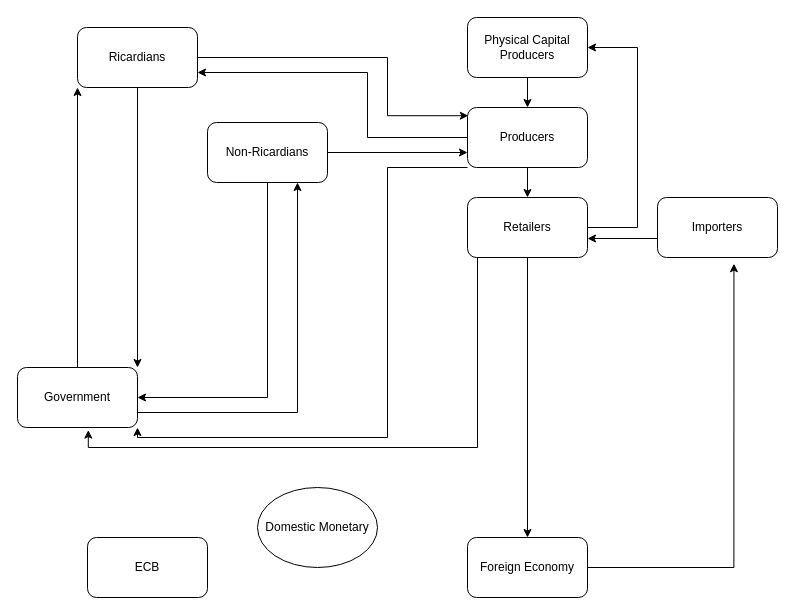
The draw.io diagram ogre/zakladna_schema.drawio in zuzancek/schemes, before the edit. Source tidied: cells renumbered, new cells numbered last; positions are measured from the earlier drawing's top-left corner, leaving out a move shared by most shapes. Both pictures are drawn from the tidied source at 100%, with x=0, y=0 at pixel (17, 17).
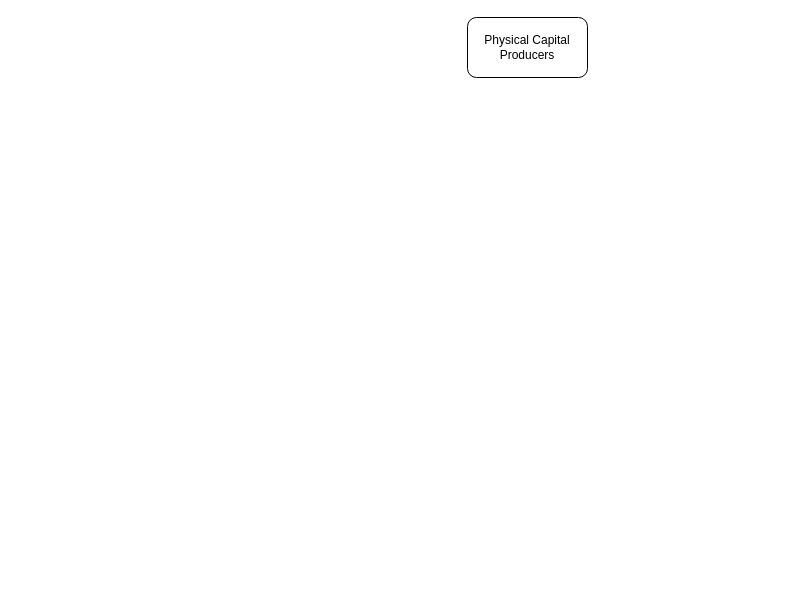
The same page after the edit.

The change refers to these unchanged cells:
```xml
<mxCell id="3" value="Physical Capital Producers" style="rounded=1;whiteSpace=wrap;html=1;" parent="1" vertex="1">
  <mxGeometry x="450" width="120" height="60" as="geometry" />
</mxCell>
```

What changed in the source:
```diff
@@
-    <mxCell id="2" style="edgeStyle=orthogonalEdgeStyle;rounded=0;jettySize=auto;html=1;" parent="1" edge="1" source="3" target="13">
-      <mxGeometry relative="1" as="geometry" />
-    </mxCell>
@@
-    <mxCell id="4" style="edgeStyle=orthogonalEdgeStyle;rounded=0;jettySize=auto;html=1;entryX=0.007;entryY=0.137;entryDx=0;entryDy=0;entryPerimeter=0;" parent="1" edge="1" source="6" target="13">
-      <mxGeometry relative="1" as="geometry">
-        <Array as="points">
-          <mxPoint x="370" y="40" />
-          <mxPoint x="370" y="98" />
-        </Array>
-      </mxGeometry>
-    </mxCell>
-    <mxCell id="5" style="edgeStyle=orthogonalEdgeStyle;rounded=0;jettySize=auto;html=1;entryX=1;entryY=0;entryDx=0;entryDy=0;" parent="1" edge="1" source="6" target="25">
-      <mxGeometry relative="1" as="geometry" />
-    </mxCell>
-    <mxCell id="6" value="Ricardians" style="rounded=1;whiteSpace=wrap;html=1;" parent="1" vertex="1">
-      <mxGeometry x="60" y="10" width="120" height="60" as="geometry" />
-    </mxCell>
-    <mxCell id="7" style="edgeStyle=orthogonalEdgeStyle;rounded=0;jettySize=auto;html=1;entryX=0;entryY=0.75;entryDx=0;entryDy=0;" parent="1" edge="1" source="9" target="13">
-      <mxGeometry relative="1" as="geometry" />
-    </mxCell>
-    <mxCell id="8" style="edgeStyle=orthogonalEdgeStyle;rounded=0;jettySize=auto;html=1;entryX=1;entryY=0.5;entryDx=0;entryDy=0;" parent="1" edge="1" source="9" target="25">
-      <mxGeometry relative="1" as="geometry">
-        <Array as="points">
-          <mxPoint x="250" y="380" />
-        </Array>
-      </mxGeometry>
-    </mxCell>
-    <mxCell id="9" value="Non-Ricardians" style="rounded=1;whiteSpace=wrap;html=1;" parent="1" vertex="1">
-      <mxGeometry x="190" y="105" width="120" height="60" as="geometry" />
-    </mxCell>
-    <mxCell id="10" style="edgeStyle=orthogonalEdgeStyle;rounded=0;jettySize=auto;html=1;entryX=0.5;entryY=0;entryDx=0;entryDy=0;" parent="1" edge="1" source="13" target="17">
-      <mxGeometry relative="1" as="geometry" />
-    </mxCell>
-    <mxCell id="11" style="edgeStyle=orthogonalEdgeStyle;rounded=0;jettySize=auto;html=1;entryX=1;entryY=0.75;entryDx=0;entryDy=0;" parent="1" edge="1" source="13" target="6">
-      <mxGeometry relative="1" as="geometry">
-        <Array as="points">
-          <mxPoint x="350" y="120" />
-          <mxPoint x="350" y="55" />
-        </Array>
-      </mxGeometry>
-    </mxCell>
-    <mxCell id="12" style="edgeStyle=orthogonalEdgeStyle;rounded=0;jettySize=auto;html=1;entryX=1;entryY=1;entryDx=0;entryDy=0;" parent="1" edge="1" source="13" target="25">
-      <mxGeometry relative="1" as="geometry">
-        <Array as="points">
-          <mxPoint x="370" y="150" />
-          <mxPoint x="370" y="420" />
-          <mxPoint x="120" y="420" />
-        </Array>
-      </mxGeometry>
-    </mxCell>
-    <mxCell id="13" value="Producers" style="rounded=1;whiteSpace=wrap;html=1;" parent="1" vertex="1">
-      <mxGeometry x="450" y="90" width="120" height="60" as="geometry" />
-    </mxCell>
-    <mxCell id="14" style="edgeStyle=orthogonalEdgeStyle;rounded=0;jettySize=auto;html=1;" parent="1" edge="1" source="17" target="22">
-      <mxGeometry relative="1" as="geometry" />
-    </mxCell>
-    <mxCell id="15" style="edgeStyle=orthogonalEdgeStyle;rounded=0;jettySize=auto;html=1;entryX=1;entryY=0.5;entryDx=0;entryDy=0;" parent="1" edge="1" source="17" target="3">
-      <mxGeometry relative="1" as="geometry">
-        <Array as="points">
-          <mxPoint x="620" y="210" />
-          <mxPoint x="620" y="30" />
-        </Array>
-      </mxGeometry>
-    </mxCell>
-    <mxCell id="16" style="edgeStyle=orthogonalEdgeStyle;rounded=0;jettySize=auto;html=1;entryX=0.59;entryY=1.043;entryDx=0;entryDy=0;entryPerimeter=0;" parent="1" edge="1" source="17" target="25">
-      <mxGeometry relative="1" as="geometry">
-        <Array as="points">
-          <mxPoint x="460" y="430" />
-          <mxPoint x="71" y="430" />
-        </Array>
-      </mxGeometry>
-    </mxCell>
-    <mxCell id="17" value="Retailers" style="rounded=1;whiteSpace=wrap;html=1;" parent="1" vertex="1">
-      <mxGeometry x="450" y="180" width="120" height="60" as="geometry" />
-    </mxCell>
-    <mxCell id="18" style="edgeStyle=orthogonalEdgeStyle;rounded=0;orthogonalLoop=1;jettySize=auto;html=1;entryX=1;entryY=0.5;entryDx=0;entryDy=0;" parent="1" edge="1">
-      <mxGeometry relative="1" as="geometry">
-        <mxPoint x="640" y="221" as="sourcePoint" />
-        <mxPoint x="570" y="221" as="targetPoint" />
-      </mxGeometry>
-    </mxCell>
-    <mxCell id="19" value="Importers" style="rounded=1;whiteSpace=wrap;html=1;" parent="1" vertex="1">
-      <mxGeometry x="640" y="180" width="120" height="60" as="geometry" />
-    </mxCell>
-    <mxCell id="20" value="ECB" style="rounded=1;whiteSpace=wrap;html=1;" parent="1" vertex="1">
-      <mxGeometry x="70" y="520" width="120" height="60" as="geometry" />
-    </mxCell>
-    <mxCell id="21" style="edgeStyle=orthogonalEdgeStyle;rounded=0;jettySize=auto;html=1;entryX=0.637;entryY=1.103;entryDx=0;entryDy=0;entryPerimeter=0;" parent="1" edge="1" source="22" target="19">
-      <mxGeometry relative="1" as="geometry" />
-    </mxCell>
-    <mxCell id="22" value="Foreign Economy" style="rounded=1;whiteSpace=wrap;html=1;" parent="1" vertex="1">
-      <mxGeometry x="450" y="520" width="120" height="60" as="geometry" />
-    </mxCell>
-    <mxCell id="23" style="edgeStyle=orthogonalEdgeStyle;rounded=0;jettySize=auto;html=1;entryX=0.75;entryY=1;entryDx=0;entryDy=0;exitX=1;exitY=0.75;exitDx=0;exitDy=0;" parent="1" edge="1" source="25" target="9">
-      <mxGeometry relative="1" as="geometry" />
-    </mxCell>
-    <mxCell id="24" style="edgeStyle=orthogonalEdgeStyle;rounded=0;jettySize=auto;html=1;entryX=0;entryY=1;entryDx=0;entryDy=0;" parent="1" edge="1" source="25" target="6">
-      <mxGeometry relative="1" as="geometry" />
-    </mxCell>
-    <mxCell id="25" value="Government" style="rounded=1;whiteSpace=wrap;html=1;" parent="1" vertex="1">
-      <mxGeometry y="350" width="120" height="60" as="geometry" />
-    </mxCell>
-    <mxCell id="26" value="Domestic Monetary" style="ellipse;whiteSpace=wrap;html=1;" parent="1" vertex="1">
-      <mxGeometry x="240" y="470" width="120" height="80" as="geometry" />
-    </mxCell>
```
